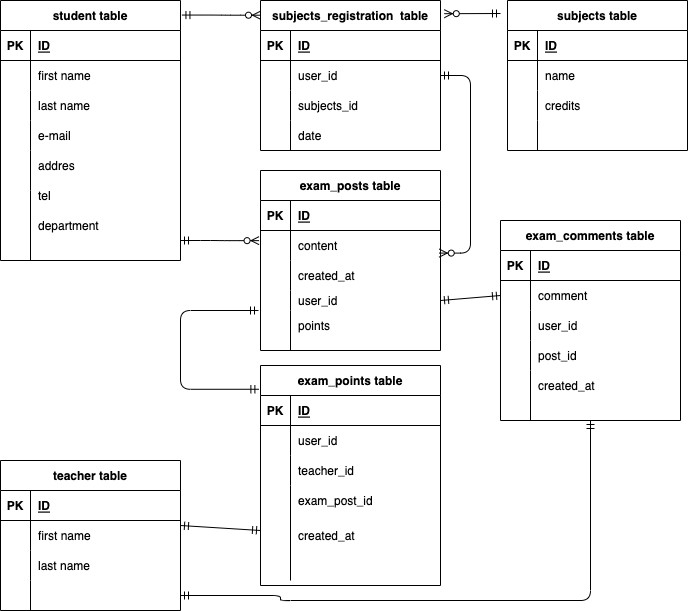
Before: index.drawio.png, a diagram exported from draw.io (mototakan/datebase_exam). Source tidied: cells renumbered, new cells last; positions are measured from the earlier drawing's top-left corner, leaving out a move shared by most shapes.
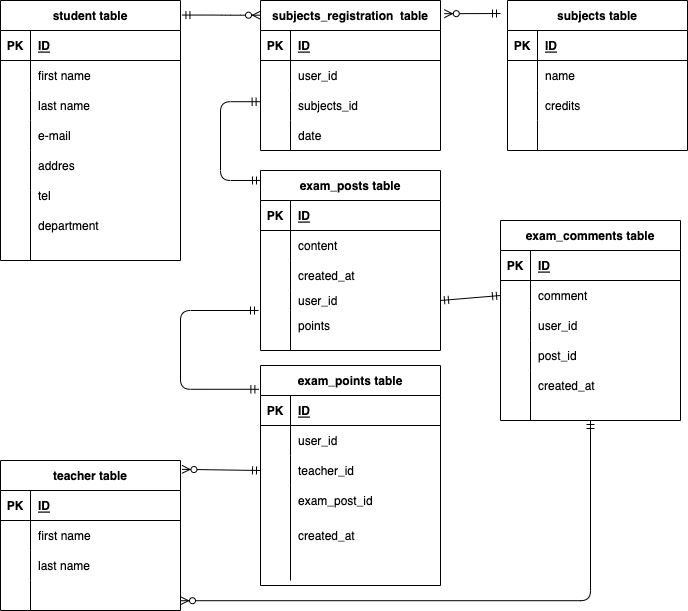
Later version of the same file.

Change to the diagram source:
```diff
@@ -181,12 +181,6 @@
     <mxCell id="60" value="user_id" style="shape=partialRectangle;fillColor=none;top=0;left=0;bottom=0;right=0;align=left;spacingLeft=6;overflow=hidden;" parent="58" vertex="1">
       <mxGeometry x="30" width="150" height="20" as="geometry" />
     </mxCell>
-    <mxCell id="61" style="edgeStyle=entityRelationEdgeStyle;fontSize=12;html=1;endArrow=ERzeroToMany;startArrow=ERmandOne;exitX=1.008;exitY=0.056;exitDx=0;exitDy=0;exitPerimeter=0;entryX=0;entryY=0.098;entryDx=0;entryDy=0;entryPerimeter=0;" parent="1" edge="1">
-      <mxGeometry relative="1" as="geometry">
-        <mxPoint x="180" y="240" as="sourcePoint" />
-        <mxPoint x="258.6" y="240.1" as="targetPoint" />
-      </mxGeometry>
-    </mxCell>
     <mxCell id="62" value="teacher table" style="shape=table;startSize=30;rowLines=0;fontStyle=1;align=center;" parent="1" vertex="1">
       <mxGeometry y="460" width="180" height="150" as="geometry" />
     </mxCell>
@@ -334,27 +328,26 @@
     <mxCell id="108" style="line;strokeWidth=1;direction=south;html=1;" parent="1" vertex="1">
       <mxGeometry x="285" y="310" width="10" height="40" as="geometry" />
     </mxCell>
-    <mxCell id="109" style="edgeStyle=orthogonalEdgeStyle;fontSize=12;html=1;endArrow=ERzeroToMany;startArrow=ERmandOne;entryX=0.993;entryY=0.753;entryDx=0;entryDy=0;entryPerimeter=0;exitX=1;exitY=0.5;exitDx=0;exitDy=0;" parent="1" edge="1" source="21" target="52">
-      <mxGeometry relative="1" as="geometry">
-        <Array as="points">
-          <mxPoint x="470" y="75" />
-          <mxPoint x="470" y="253" />
-        </Array>
-      </mxGeometry>
-    </mxCell>
-    <mxCell id="110" style="edgeStyle=orthogonalEdgeStyle;fontSize=12;html=1;endArrow=ERmandOne;startArrow=ERmandOne;exitX=1;exitY=0.5;exitDx=0;exitDy=0;entryX=0.5;entryY=1;entryDx=0;entryDy=0;" parent="1" edge="1" source="72" target="75">
-      <mxGeometry relative="1" as="geometry">
-        <Array as="points">
-          <mxPoint x="280" y="595" />
-          <mxPoint x="280" y="600" />
-          <mxPoint x="590" y="600" />
-        </Array>
-      </mxGeometry>
-    </mxCell>
-    <mxCell id="111" style="fontSize=12;html=1;endArrow=ERmandOne;startArrow=ERmandOne;entryX=0;entryY=0.75;entryDx=0;entryDy=0;exitX=1;exitY=0.5;exitDx=0;exitDy=0;" parent="1" edge="1" target="90">
-      <mxGeometry relative="1" as="geometry">
-        <mxPoint x="180" y="525" as="sourcePoint" />
-      </mxGeometry>
-    </mxCell>
+    <mxCell id="112" style="edgeStyle=orthogonalEdgeStyle;fontSize=12;html=1;endArrow=ERmandOne;startArrow=ERmandOne;exitX=-0.009;exitY=0.108;exitDx=0;exitDy=0;exitPerimeter=0;" parent="1" edge="1">
+      <mxGeometry relative="1" as="geometry">
+        <mxPoint x="260" y="180" as="sourcePoint" />
+        <mxPoint x="259.6" y="101.2" as="targetPoint" />
+        <Array as="points">
+          <mxPoint x="220" y="180" />
+          <mxPoint x="220" y="101" />
+        </Array>
+      </mxGeometry>
+    </mxCell>
+    <mxCell id="113" style="fontSize=12;html=1;endArrow=ERzeroToMany;startArrow=ERmandOne;entryX=1.021;entryY=0.088;entryDx=0;entryDy=0;entryPerimeter=0;edgeStyle=orthogonalEdgeStyle;exitX=0.5;exitY=1;exitDx=0;exitDy=0;" parent="1" edge="1" source="75">
+      <mxGeometry relative="1" as="geometry">
+        <mxPoint x="180" y="600.2" as="targetPoint" />
+        <Array as="points">
+          <mxPoint x="590" y="600" />
+        </Array>
+      </mxGeometry>
+    </mxCell>
+    <mxCell id="114" style="fontSize=12;html=1;endArrow=ERzeroToMany;startArrow=ERmandOne;entryX=1.008;entryY=0.059;entryDx=0;entryDy=0;entryPerimeter=0;exitX=0;exitY=0.5;exitDx=0;exitDy=0;" parent="1" edge="1" source="97" target="62">
+      <mxGeometry relative="1" as="geometry" />
+    </mxCell>
   </root>
 </mxGraphModel>
```
